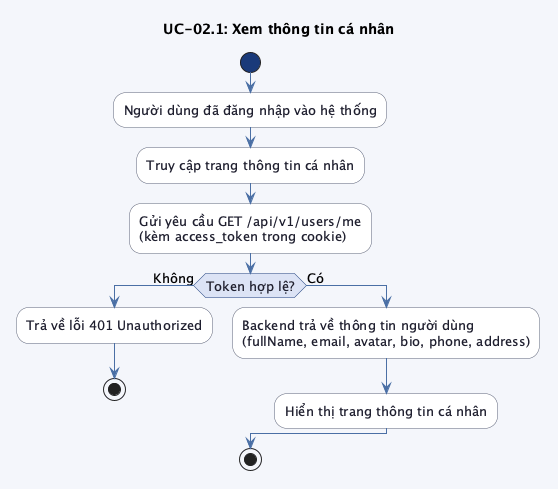
Above: src/images/chap3/activity_uc02_1.png in trongnhan34vn/trello-report (PlantUML), before the change. Source of this version:
```plantuml
@startuml activity_uc02_1

skinparam linetype ortho
skinparam defaultFontSize 13
skinparam backgroundColor #f4f6fb
skinparam activity {
    BackgroundColor #ffffff
    BorderColor #5b6279
    FontColor #1e1e2e
    ArrowColor #4a6fa5
    DiamondBackgroundColor #dce3f5
    DiamondBorderColor #1a3a7a
    DiamondFontColor #1e1e2e
    StartColor #1a3a7a
    EndColor #1a3a7a
}

title UC-02.1: Xem thông tin cá nhân

start

:Người dùng đã đăng nhập vào hệ thống;
:Truy cập trang thông tin cá nhân;
:Gửi yêu cầu GET /api/v1/users/me\n(kèm access_token trong cookie);

if (Token hợp lệ?) then (Không)
    :Trả về lỗi 401 Unauthorized;
    stop
else (Có)
    :Backend trả về thông tin người dùng\n(fullName, email, avatar, bio, phone, address);
    :Hiển thị trang thông tin cá nhân;
endif

stop

@enduml
```
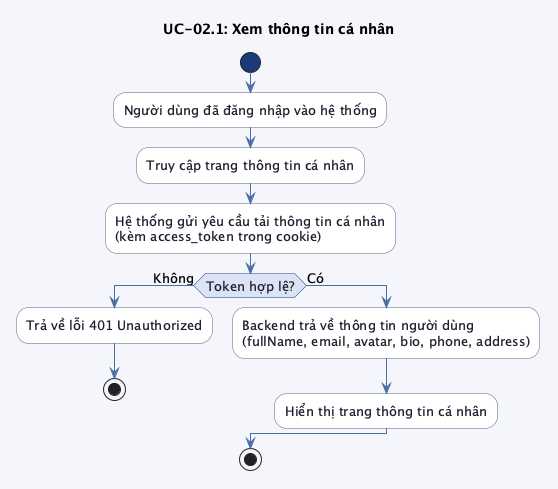
After the commit.

Diff of the diagram source:
```diff
@@ -21,7 +21,7 @@
 
 :Người dùng đã đăng nhập vào hệ thống;
 :Truy cập trang thông tin cá nhân;
-:Gửi yêu cầu GET /api/v1/users/me\n(kèm access_token trong cookie);
+:Hệ thống gửi yêu cầu tải thông tin cá nhân\n(kèm access_token trong cookie);
 
 if (Token hợp lệ?) then (Không)
     :Trả về lỗi 401 Unauthorized;
```
